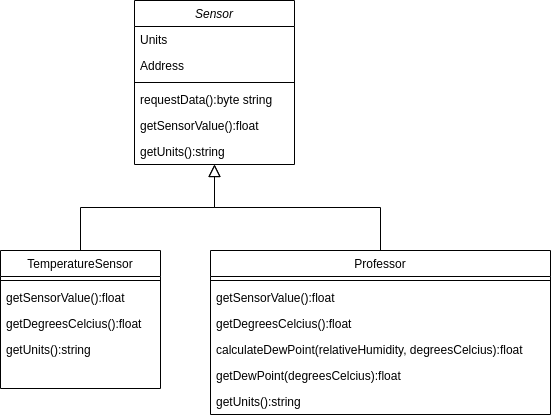
The draw.io diagram artifacts/assets/Sensors_class_diagram.png in home-suite-home/Home-Suite-Home, before a commit. Source tidied: cells renumbered, new cells last; positions are measured from the earlier drawing's top-left corner, leaving out a move shared by most shapes.
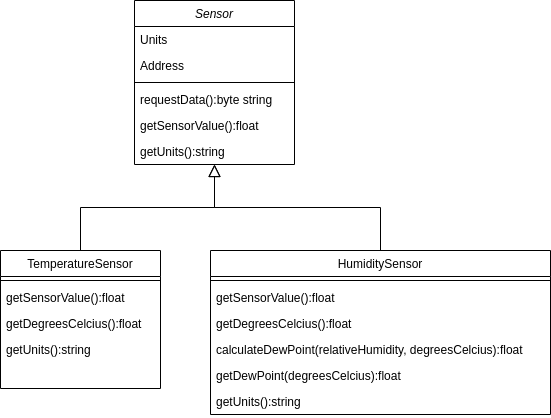
The same diagram one commit later.

Change to the diagram source:
```diff
@@ -41,7 +41,7 @@
     <mxCell id="14" style="endArrow=block;endSize=10;endFill=0;shadow=0;strokeWidth=1;rounded=0;edgeStyle=elbowEdgeStyle;elbow=vertical;" parent="1" edge="1" source="9" target="2">
       <mxGeometry relative="1" as="geometry" />
     </mxCell>
-    <mxCell id="15" value="Professor" style="swimlane;fontStyle=0;align=center;verticalAlign=top;horizontal=1;startSize=26;rounded=0;shadow=0;strokeWidth=1;" parent="1" vertex="1">
+    <mxCell id="15" value="HumiditySensor" style="swimlane;fontStyle=0;align=center;verticalAlign=top;horizontal=1;startSize=26;rounded=0;shadow=0;strokeWidth=1;" parent="1" vertex="1">
       <mxGeometry x="210" y="250" width="340" height="164" as="geometry" />
     </mxCell>
     <mxCell id="16" style="line;html=1;strokeWidth=1;align=left;verticalAlign=middle;spacingTop=-1;spacingLeft=3;spacingRight=3;labelPosition=right;" parent="15" vertex="1">
```
